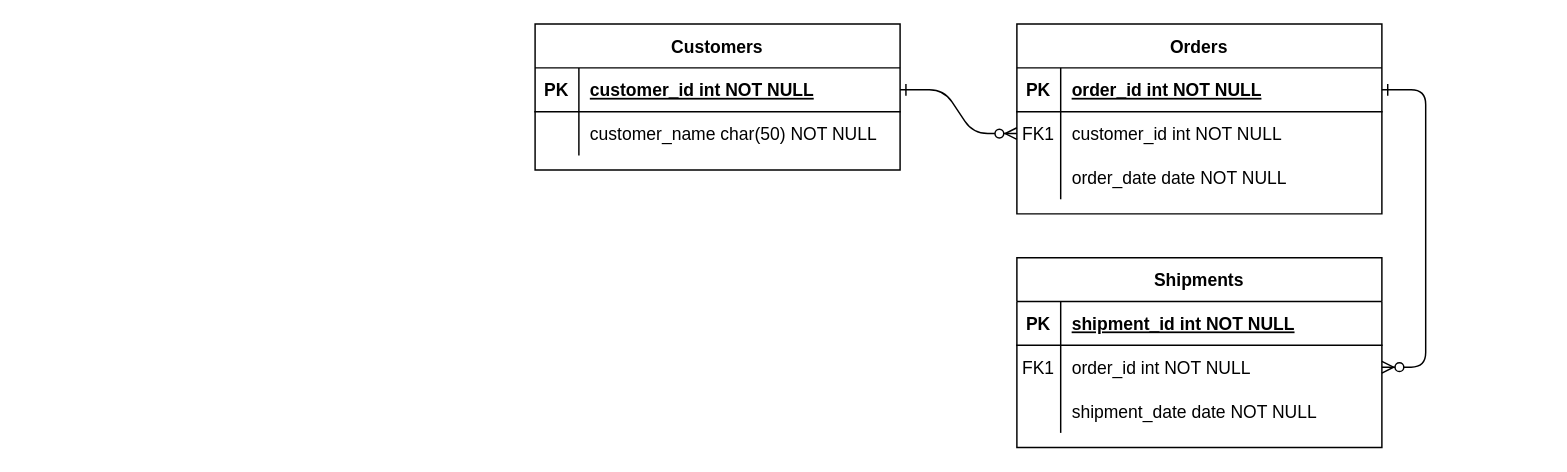
ahmadanwar93/final-project keeps this draw.io diagram as databaseDesign.drawio. Above is the earlier version. Source tidied: cells renumbered, new cells numbered last; positions are measured from the earlier drawing's top-left corner, leaving out a move shared by most shapes. Both pictures are drawn from the tidied source at 146%, with x=0, y=0 at pixel (534, 23).
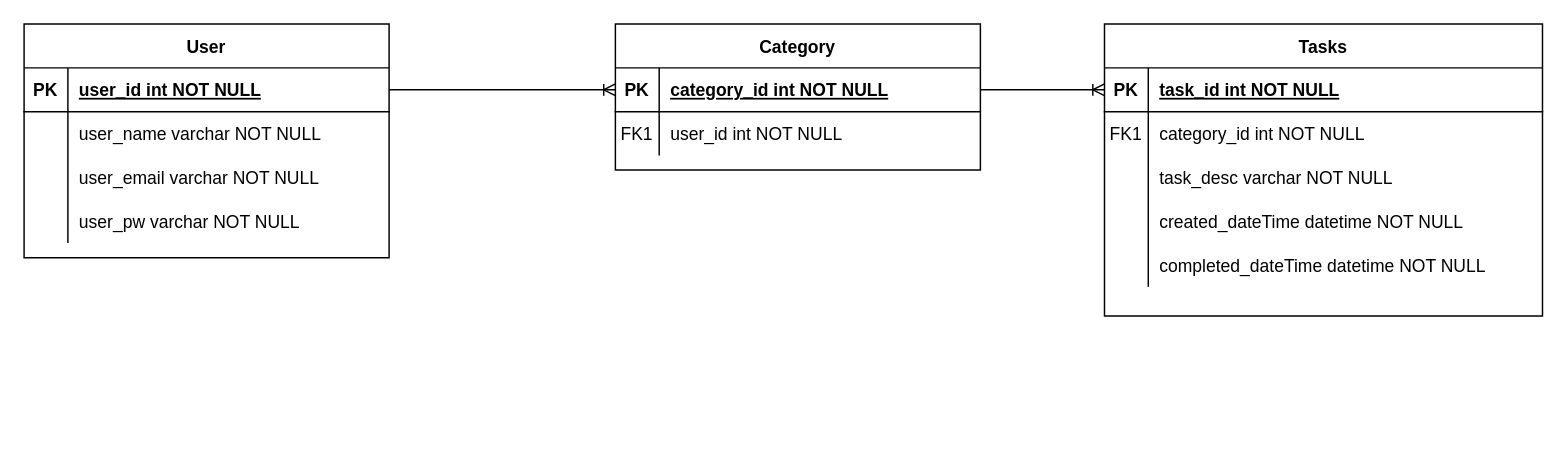
The same page after the edit.

The change refers to these unchanged cells:
```xml
<mxCell id="25" style="shape=partialRectangle;fillColor=none;points=[[0,0.5],[1,0.5]];portConstraint=eastwest;top=0;left=0;right=0;bottom=1;" parent="24" vertex="1">
  <mxGeometry y="30" width="250" height="30" as="geometry" />
</mxCell>
<mxCell id="28" style="shape=partialRectangle;fillColor=none;top=0;left=0;right=0;bottom=0;" parent="24" vertex="1">
  <mxGeometry y="60" width="250" height="30" as="geometry" />
</mxCell>
```

The edit, as a diff of the source:
```diff
@@
-    <mxCell id="2" style="edgeStyle=entityRelationEdgeStyle;endArrow=ERzeroToMany;startArrow=ERone;endFill=1;startFill=0;" parent="1" edge="1" source="25" target="8">
-      <mxGeometry relative="1" as="geometry" />
-    </mxCell>
-    <mxCell id="3" style="edgeStyle=entityRelationEdgeStyle;endArrow=ERzeroToMany;startArrow=ERone;endFill=1;startFill=0;" parent="1" edge="1" source="5" target="18">
-      <mxGeometry relative="1" as="geometry" />
-    </mxCell>
-    <mxCell id="4" value="Orders" style="shape=table;startSize=30;childLayout=tableLayout;rowLines=0;fontStyle=1;align=center;" parent="1" vertex="1">
-      <mxGeometry x="330" width="250" height="130" as="geometry" />
+    <mxCell id="4" value="Tasks" style="shape=table;startSize=30;childLayout=tableLayout;rowLines=0;fontStyle=1;align=center;" parent="1" vertex="1">
+      <mxGeometry x="390" width="300" height="200" as="geometry" />
     </mxCell>
     <mxCell id="5" style="shape=partialRectangle;fillColor=none;points=[[0,0.5],[1,0.5]];portConstraint=eastwest;top=0;left=0;right=0;bottom=1;" parent="4" vertex="1">
-      <mxGeometry y="30" width="250" height="30" as="geometry" />
+      <mxGeometry y="30" width="300" height="30" as="geometry" />
     </mxCell>
@@
-    <mxCell id="7" value="order_id int NOT NULL " style="shape=partialRectangle;overflow=hidden;fillColor=none;top=0;left=0;bottom=0;right=0;align=left;spacingLeft=6;fontStyle=5;" parent="5" vertex="1">
-      <mxGeometry x="30" width="220" height="30" as="geometry" />
+    <mxCell id="7" value="task_id int NOT NULL " style="shape=partialRectangle;overflow=hidden;fillColor=none;top=0;left=0;bottom=0;right=0;align=left;spacingLeft=6;fontStyle=5;" parent="5" vertex="1">
+      <mxGeometry x="30" width="270" height="30" as="geometry" />
     </mxCell>
     <mxCell id="8" style="shape=partialRectangle;fillColor=none;points=[[0,0.5],[1,0.5]];portConstraint=eastwest;top=0;left=0;right=0;bottom=0;" parent="4" vertex="1">
-      <mxGeometry y="60" width="250" height="30" as="geometry" />
+      <mxGeometry y="60" width="300" height="30" as="geometry" />
     </mxCell>
@@
-    <mxCell id="10" value="customer_id int NOT NULL" style="shape=partialRectangle;overflow=hidden;fillColor=none;top=0;left=0;bottom=0;right=0;align=left;spacingLeft=6;" parent="8" vertex="1">
-      <mxGeometry x="30" width="220" height="30" as="geometry" />
+    <mxCell id="10" value="category_id int NOT NULL" style="shape=partialRectangle;overflow=hidden;fillColor=none;top=0;left=0;bottom=0;right=0;align=left;spacingLeft=6;" parent="8" vertex="1">
+      <mxGeometry x="30" width="270" height="30" as="geometry" />
     </mxCell>
     <mxCell id="11" style="shape=partialRectangle;fillColor=none;top=0;left=0;right=0;bottom=0;" parent="4" vertex="1">
-      <mxGeometry y="90" width="250" height="30" as="geometry" />
+      <mxGeometry y="90" width="300" height="30" as="geometry" />
     </mxCell>
@@
-    <mxCell id="13" value="order_date date NOT NULL" style="shape=partialRectangle;overflow=hidden;fillColor=none;top=0;left=0;bottom=0;right=0;align=left;spacingLeft=6;" parent="11" vertex="1">
-      <mxGeometry x="30" width="220" height="30" as="geometry" />
+    <mxCell id="13" value="task_desc varchar NOT NULL" style="shape=partialRectangle;overflow=hidden;fillColor=none;top=0;left=0;bottom=0;right=0;align=left;spacingLeft=6;" parent="11" vertex="1">
+      <mxGeometry x="30" width="270" height="30" as="geometry" />
     </mxCell>
-    <mxCell id="14" value="Shipments" style="shape=table;startSize=30;childLayout=tableLayout;rowLines=0;fontStyle=1;align=center;" parent="1" vertex="1">
-      <mxGeometry x="330" y="160" width="250" height="130" as="geometry" />
-    </mxCell>
-    <mxCell id="15" style="shape=partialRectangle;fillColor=none;points=[[0,0.5],[1,0.5]];portConstraint=eastwest;top=0;left=0;right=0;bottom=1;" parent="14" vertex="1">
-      <mxGeometry y="30" width="250" height="30" as="geometry" />
-    </mxCell>
-    <mxCell id="16" value="PK" style="shape=partialRectangle;overflow=hidden;fillColor=none;top=0;left=0;bottom=0;right=0;fontStyle=1;" parent="15" vertex="1">
-      <mxGeometry width="30" height="30" as="geometry" />
-    </mxCell>
-    <mxCell id="17" value="shipment_id int NOT NULL " style="shape=partialRectangle;overflow=hidden;fillColor=none;top=0;left=0;bottom=0;right=0;align=left;spacingLeft=6;fontStyle=5;" parent="15" vertex="1">
-      <mxGeometry x="30" width="220" height="30" as="geometry" />
-    </mxCell>
-    <mxCell id="18" style="shape=partialRectangle;fillColor=none;points=[[0,0.5],[1,0.5]];portConstraint=eastwest;top=0;left=0;right=0;bottom=0;" parent="14" vertex="1">
-      <mxGeometry y="60" width="250" height="30" as="geometry" />
-    </mxCell>
-    <mxCell id="19" value="FK1" style="shape=partialRectangle;overflow=hidden;fillColor=none;top=0;left=0;bottom=0;right=0;" parent="18" vertex="1">
-      <mxGeometry width="30" height="30" as="geometry" />
-    </mxCell>
-    <mxCell id="20" value="order_id int NOT NULL" style="shape=partialRectangle;overflow=hidden;fillColor=none;top=0;left=0;bottom=0;right=0;align=left;spacingLeft=6;" parent="18" vertex="1">
-      <mxGeometry x="30" width="220" height="30" as="geometry" />
-    </mxCell>
-    <mxCell id="21" style="shape=partialRectangle;fillColor=none;top=0;left=0;right=0;bottom=0;" parent="14" vertex="1">
-      <mxGeometry y="90" width="250" height="30" as="geometry" />
-    </mxCell>
-    <mxCell id="22" style="shape=partialRectangle;overflow=hidden;fillColor=none;top=0;left=0;bottom=0;right=0;" parent="21" vertex="1">
-      <mxGeometry width="30" height="30" as="geometry" />
-    </mxCell>
-    <mxCell id="23" value="shipment_date date NOT NULL" style="shape=partialRectangle;overflow=hidden;fillColor=none;top=0;left=0;bottom=0;right=0;align=left;spacingLeft=6;" parent="21" vertex="1">
-      <mxGeometry x="30" width="220" height="30" as="geometry" />
-    </mxCell>
+    <mxCell id="31" style="shape=partialRectangle;fillColor=none;top=0;left=0;right=0;bottom=0;" parent="4" vertex="1">
+      <mxGeometry y="120" width="300" height="30" as="geometry" />
+    </mxCell>
+    <mxCell id="32" style="shape=partialRectangle;overflow=hidden;fillColor=none;top=0;left=0;bottom=0;right=0;" parent="31" vertex="1">
+      <mxGeometry width="30" height="30" as="geometry" />
+    </mxCell>
+    <mxCell id="33" value="created_dateTime datetime NOT NULL" style="shape=partialRectangle;overflow=hidden;fillColor=none;top=0;left=0;bottom=0;right=0;align=left;spacingLeft=6;" parent="31" vertex="1">
+      <mxGeometry x="30" width="270" height="30" as="geometry" />
+    </mxCell>
+    <mxCell id="34" style="shape=partialRectangle;fillColor=none;top=0;left=0;right=0;bottom=0;" parent="4" vertex="1">
+      <mxGeometry y="150" width="300" height="30" as="geometry" />
+    </mxCell>
+    <mxCell id="35" style="shape=partialRectangle;overflow=hidden;fillColor=none;top=0;left=0;bottom=0;right=0;" parent="34" vertex="1">
+      <mxGeometry width="30" height="30" as="geometry" />
+    </mxCell>
+    <mxCell id="36" value="completed_dateTime datetime NOT NULL" style="shape=partialRectangle;overflow=hidden;fillColor=none;top=0;left=0;bottom=0;right=0;align=left;spacingLeft=6;" parent="34" vertex="1">
+      <mxGeometry x="30" width="270" height="30" as="geometry" />
+    </mxCell>
-    <mxCell id="24" value="Customers" style="shape=table;startSize=30;childLayout=tableLayout;rowLines=0;fontStyle=1;align=center;" parent="1" vertex="1">
-      <mxGeometry width="250" height="100" as="geometry" />
+    <mxCell id="24" value="User" style="shape=table;startSize=30;childLayout=tableLayout;rowLines=0;fontStyle=1;align=center;" parent="1" vertex="1">
+      <mxGeometry x="-350" width="250" height="160" as="geometry" />
     </mxCell>
@@
-    <mxCell id="27" value="customer_id int NOT NULL " style="shape=partialRectangle;overflow=hidden;fillColor=none;top=0;left=0;bottom=0;right=0;align=left;spacingLeft=6;fontStyle=5;" parent="25" vertex="1">
+    <mxCell id="27" value="user_id int NOT NULL " style="shape=partialRectangle;overflow=hidden;fillColor=none;top=0;left=0;bottom=0;right=0;align=left;spacingLeft=6;fontStyle=5;" parent="25" vertex="1">
       <mxGeometry x="30" width="220" height="30" as="geometry" />
     </mxCell>
@@
-    <mxCell id="30" value="customer_name char(50) NOT NULL" style="shape=partialRectangle;overflow=hidden;fillColor=none;top=0;left=0;bottom=0;right=0;align=left;spacingLeft=6;" parent="28" vertex="1">
+    <mxCell id="30" value="user_name varchar NOT NULL" style="shape=partialRectangle;overflow=hidden;fillColor=none;top=0;left=0;bottom=0;right=0;align=left;spacingLeft=6;" parent="28" vertex="1">
       <mxGeometry x="30" width="220" height="30" as="geometry" />
     </mxCell>
+    <mxCell id="21" style="shape=partialRectangle;fillColor=none;top=0;left=0;right=0;bottom=0;" parent="24" vertex="1">
+      <mxGeometry y="90" width="250" height="30" as="geometry" />
+    </mxCell>
+    <mxCell id="37" style="shape=partialRectangle;overflow=hidden;fillColor=none;top=0;left=0;bottom=0;right=0;" parent="21" vertex="1">
+      <mxGeometry width="30" height="30" as="geometry" />
+    </mxCell>
+    <mxCell id="38" value="user_email varchar NOT NULL" style="shape=partialRectangle;overflow=hidden;fillColor=none;top=0;left=0;bottom=0;right=0;align=left;spacingLeft=6;" parent="21" vertex="1">
+      <mxGeometry x="30" width="220" height="30" as="geometry" />
+    </mxCell>
+    <mxCell id="39" style="shape=partialRectangle;fillColor=none;top=0;left=0;right=0;bottom=0;" parent="24" vertex="1">
+      <mxGeometry y="120" width="250" height="30" as="geometry" />
+    </mxCell>
+    <mxCell id="40" style="shape=partialRectangle;overflow=hidden;fillColor=none;top=0;left=0;bottom=0;right=0;" parent="39" vertex="1">
+      <mxGeometry width="30" height="30" as="geometry" />
+    </mxCell>
+    <mxCell id="41" value="user_pw varchar NOT NULL" style="shape=partialRectangle;overflow=hidden;fillColor=none;top=0;left=0;bottom=0;right=0;align=left;spacingLeft=6;" parent="39" vertex="1">
+      <mxGeometry x="30" width="220" height="30" as="geometry" />
+    </mxCell>
+    <mxCell id="42" value="Category" style="shape=table;startSize=30;childLayout=tableLayout;rowLines=0;fontStyle=1;align=center;" parent="1" vertex="1">
+      <mxGeometry x="55" width="250" height="100" as="geometry" />
+    </mxCell>
+    <mxCell id="15" style="shape=partialRectangle;fillColor=none;points=[[0,0.5],[1,0.5]];portConstraint=eastwest;top=0;left=0;right=0;bottom=1;" parent="42" vertex="1">
+      <mxGeometry y="30" width="250" height="30" as="geometry" />
+    </mxCell>
+    <mxCell id="16" value="PK" style="shape=partialRectangle;overflow=hidden;fillColor=none;top=0;left=0;bottom=0;right=0;fontStyle=1;" parent="15" vertex="1">
+      <mxGeometry width="30" height="30" as="geometry" />
+    </mxCell>
+    <mxCell id="43" value="category_id int NOT NULL " style="shape=partialRectangle;overflow=hidden;fillColor=none;top=0;left=0;bottom=0;right=0;align=left;spacingLeft=6;fontStyle=5;" parent="15" vertex="1">
+      <mxGeometry x="30" width="220" height="30" as="geometry" />
+    </mxCell>
+    <mxCell id="18" style="shape=partialRectangle;fillColor=none;points=[[0,0.5],[1,0.5]];portConstraint=eastwest;top=0;left=0;right=0;bottom=0;" parent="42" vertex="1">
+      <mxGeometry y="60" width="250" height="30" as="geometry" />
+    </mxCell>
+    <mxCell id="19" value="FK1" style="shape=partialRectangle;overflow=hidden;fillColor=none;top=0;left=0;bottom=0;right=0;" parent="18" vertex="1">
+      <mxGeometry width="30" height="30" as="geometry" />
+    </mxCell>
+    <mxCell id="44" value="user_id int NOT NULL" style="shape=partialRectangle;overflow=hidden;fillColor=none;top=0;left=0;bottom=0;right=0;align=left;spacingLeft=6;" parent="18" vertex="1">
+      <mxGeometry x="30" width="220" height="30" as="geometry" />
+    </mxCell>
+    <mxCell id="45" style="edgeStyle=entityRelationEdgeStyle;fontSize=12;html=1;endArrow=ERoneToMany;rounded=0;exitX=1;exitY=0.5;exitDx=0;exitDy=0;entryX=0;entryY=0.5;entryDx=0;entryDy=0;" parent="1" edge="1" source="25" target="15">
+      <mxGeometry relative="1" as="geometry" />
+    </mxCell>
+    <mxCell id="46" style="edgeStyle=entityRelationEdgeStyle;fontSize=12;html=1;endArrow=ERoneToMany;rounded=0;exitX=1;exitY=0.5;exitDx=0;exitDy=0;entryX=0;entryY=0.5;entryDx=0;entryDy=0;" parent="1" edge="1" source="15" target="5">
+      <mxGeometry relative="1" as="geometry" />
+    </mxCell>
```
